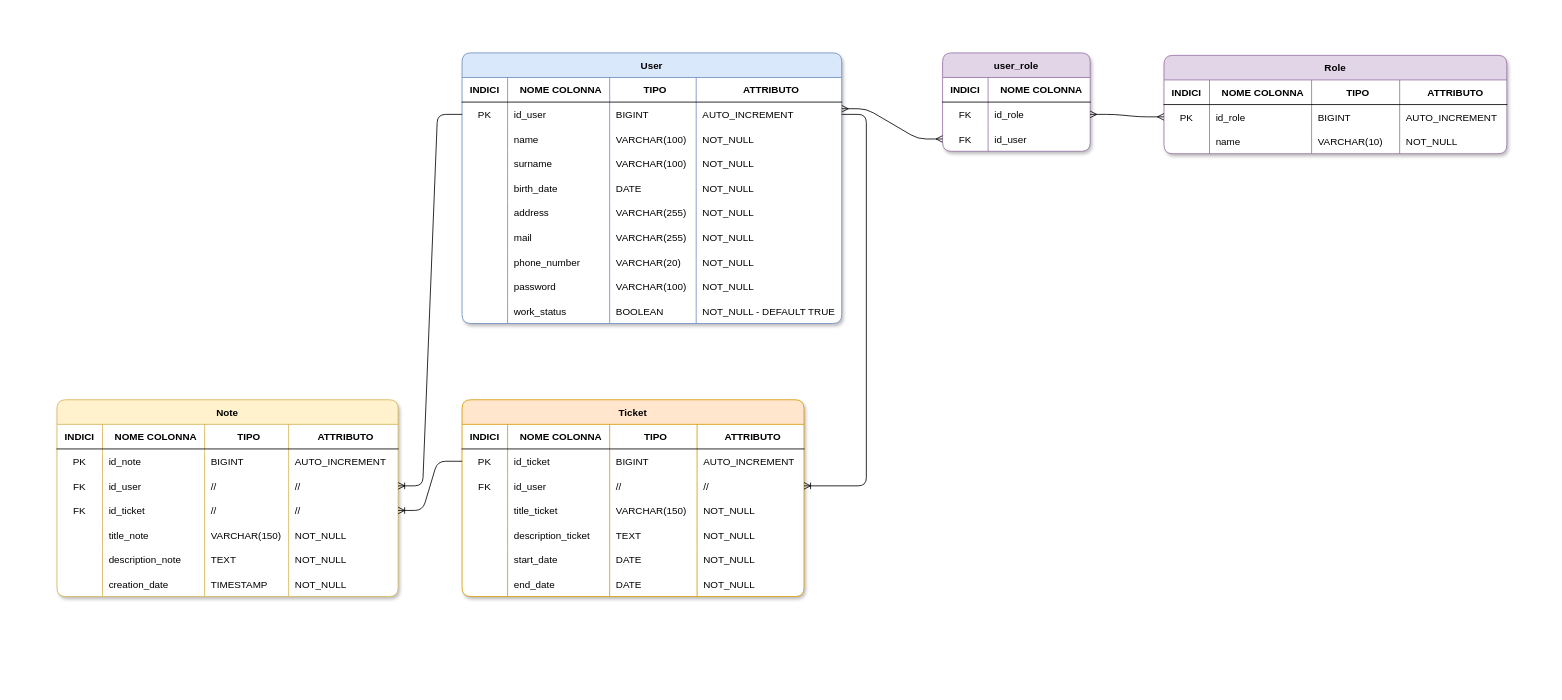
Before: db_myticket/Diagramma_ER.drawio in Helmatron/ticket-platform, a draw.io diagram. Source tidied: cells renumbered, new cells numbered last; positions are measured from the earlier drawing's top-left corner, leaving out a move shared by most shapes. Both pictures are drawn from the tidied source at 82%, with x=0, y=0 at pixel (13, 13).
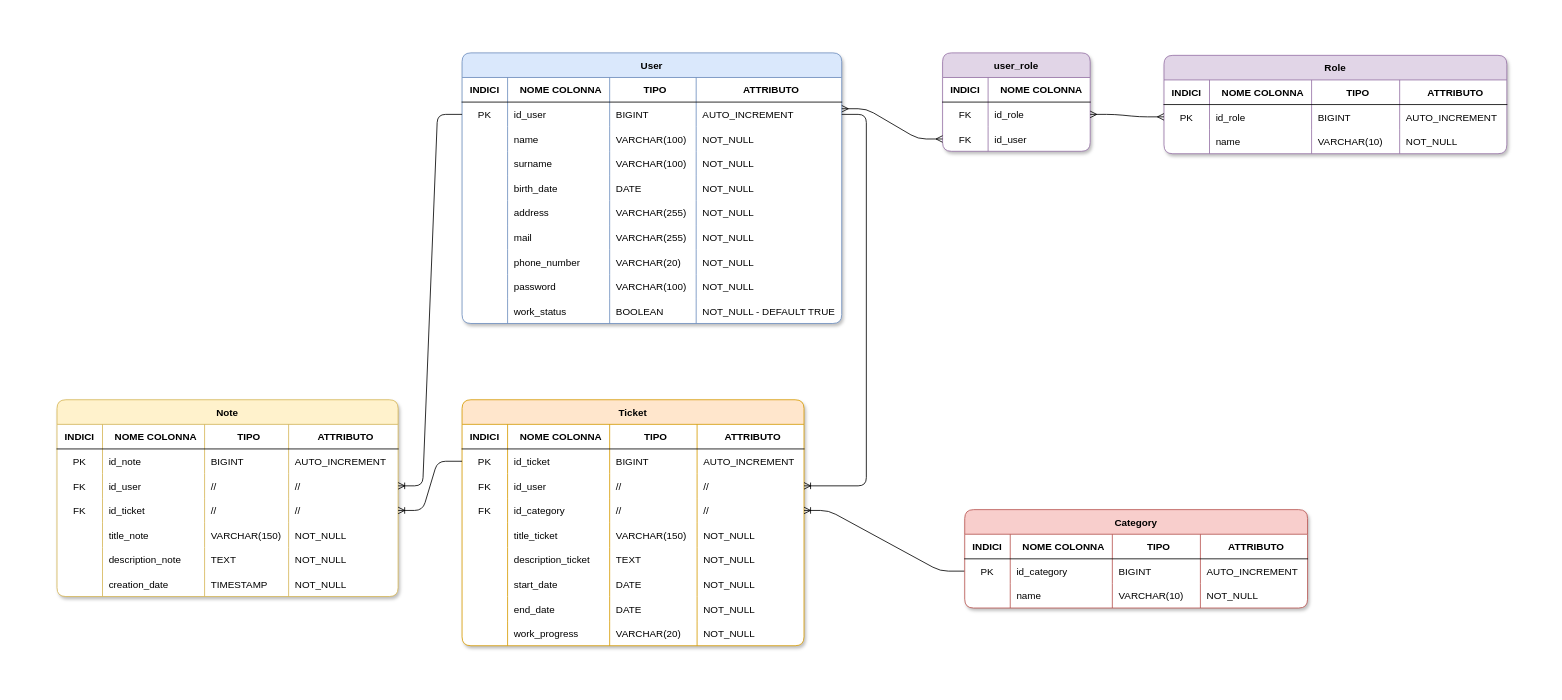
The same page after the edit.

Commit message (it also covers changes not shown here):
fix: diagramma ER con nuova entity

The edit, as a diff of the source:
```diff
@@
     <mxCell id="2" style="rounded=0;whiteSpace=wrap;html=1;strokeColor=none;" parent="1" vertex="1">
-      <mxGeometry width="1872" height="767" as="geometry" />
+      <mxGeometry width="1872" height="821" as="geometry" />
     </mxCell>
@@
     <mxCell id="70" value="Ticket" style="shape=table;startSize=30;childLayout=tableLayout;rowLines=0;fontStyle=1;align=center;swimlaneFillColor=default;rounded=1;swimlaneLine=1;shadow=1;fillColor=#ffe6cc;arcSize=12;strokeColor=#d79b00;" parent="1" vertex="1">
-      <mxGeometry x="547" y="471" width="417" height="240" as="geometry" />
+      <mxGeometry x="547" y="471" width="417" height="300" as="geometry" />
     </mxCell>
@@
+    <mxCell id="157" style="shape=tableRow;horizontal=0;startSize=0;swimlaneHead=0;swimlaneBody=0;fillColor=none;points=[[0,0.5],[1,0.5]];portConstraint=eastwest;top=0;left=0;right=0;bottom=0;rounded=0;" parent="70" vertex="1">
+      <mxGeometry y="120" width="417" height="30" as="geometry" />
+    </mxCell>
+    <mxCell id="158" value="FK" style="shape=partialRectangle;fillColor=none;top=0;left=0;bottom=0;right=0;overflow=hidden;rounded=0;" parent="157" vertex="1">
+      <mxGeometry width="55.5" height="30" as="geometry" />
+    </mxCell>
+    <mxCell id="159" value="id_category" style="shape=partialRectangle;fillColor=none;top=0;left=0;bottom=0;right=0;align=left;spacingLeft=6;overflow=hidden;rounded=0;" parent="157" vertex="1">
+      <mxGeometry x="55.5" width="124.5" height="30" as="geometry" />
+    </mxCell>
+    <mxCell id="160" value="//" style="shape=partialRectangle;fillColor=none;top=0;left=0;bottom=0;right=0;align=left;spacingLeft=6;overflow=hidden;rounded=0;" parent="157" vertex="1">
+      <mxGeometry x="180" width="106.6" height="30" as="geometry" />
+    </mxCell>
+    <mxCell id="161" value="//" style="shape=partialRectangle;fillColor=none;top=0;left=0;bottom=0;right=0;align=left;spacingLeft=6;overflow=hidden;rounded=0;" parent="157" vertex="1">
+      <mxGeometry x="286.6" width="130.4" height="30" as="geometry" />
+    </mxCell>
     <mxCell id="86" style="shape=tableRow;horizontal=0;startSize=0;swimlaneHead=0;swimlaneBody=0;fillColor=none;top=0;left=0;right=0;bottom=0;rounded=0;" parent="70" vertex="1">
-      <mxGeometry y="120" width="417" height="30" as="geometry" />
+      <mxGeometry y="150" width="417" height="30" as="geometry" />
     </mxCell>
@@
     <mxCell id="91" style="shape=tableRow;horizontal=0;startSize=0;swimlaneHead=0;swimlaneBody=0;fillColor=none;top=0;left=0;right=0;bottom=0;rounded=0;" parent="70" vertex="1">
-      <mxGeometry y="150" width="417" height="30" as="geometry" />
+      <mxGeometry y="180" width="417" height="30" as="geometry" />
     </mxCell>
@@
     <mxCell id="96" style="shape=tableRow;horizontal=0;startSize=0;swimlaneHead=0;swimlaneBody=0;fillColor=none;top=0;left=0;right=0;bottom=0;rounded=0;" parent="70" vertex="1">
-      <mxGeometry y="180" width="417" height="30" as="geometry" />
+      <mxGeometry y="210" width="417" height="30" as="geometry" />
     </mxCell>
@@
     <mxCell id="101" style="shape=tableRow;horizontal=0;startSize=0;swimlaneHead=0;swimlaneBody=0;fillColor=none;top=0;left=0;right=0;bottom=0;rounded=0;" parent="70" vertex="1">
-      <mxGeometry y="210" width="417" height="30" as="geometry" />
+      <mxGeometry y="240" width="417" height="30" as="geometry" />
     </mxCell>
@@
+    <mxCell id="162" style="shape=tableRow;horizontal=0;startSize=0;swimlaneHead=0;swimlaneBody=0;fillColor=none;top=0;left=0;right=0;bottom=0;rounded=0;" parent="70" vertex="1">
+      <mxGeometry y="270" width="417" height="30" as="geometry" />
+    </mxCell>
+    <mxCell id="163" style="shape=partialRectangle;fillColor=none;top=0;left=0;bottom=0;right=0;overflow=hidden;rounded=0;" parent="162" vertex="1">
+      <mxGeometry width="55.5" height="30" as="geometry" />
+    </mxCell>
+    <mxCell id="164" value="work_progress" style="shape=partialRectangle;fillColor=none;top=0;left=0;bottom=0;right=0;align=left;spacingLeft=6;overflow=hidden;rounded=0;" parent="162" vertex="1">
+      <mxGeometry x="55.5" width="124.5" height="30" as="geometry" />
+    </mxCell>
+    <mxCell id="165" value="VARCHAR(20)" style="shape=partialRectangle;fillColor=none;top=0;left=0;bottom=0;right=0;align=left;spacingLeft=6;overflow=hidden;rounded=0;" parent="162" vertex="1">
+      <mxGeometry x="180" width="106.6" height="30" as="geometry" />
+    </mxCell>
+    <mxCell id="166" value="NOT_NULL" style="shape=partialRectangle;fillColor=none;top=0;left=0;bottom=0;right=0;align=left;spacingLeft=6;overflow=hidden;rounded=0;" parent="162" vertex="1">
+      <mxGeometry x="286.6" width="130.4" height="30" as="geometry" />
+    </mxCell>
@@
+    <mxCell id="167" style="edgeStyle=entityRelationEdgeStyle;fontSize=12;html=1;endArrow=ERoneToMany;" parent="1" edge="1" source="174" target="157">
+      <mxGeometry relative="1" as="geometry" />
+    </mxCell>
+    <mxCell id="168" value="Category" style="shape=table;startSize=30;childLayout=tableLayout;rowLines=0;fontStyle=1;align=center;swimlaneFillColor=default;rounded=1;swimlaneLine=1;shadow=1;fillColor=#f8cecc;arcSize=12;strokeColor=#b85450;" parent="1" vertex="1">
+      <mxGeometry x="1160" y="605" width="418.1" height="120" as="geometry" />
+    </mxCell>
+    <mxCell id="169" style="shape=tableRow;horizontal=0;startSize=0;swimlaneHead=0;swimlaneBody=0;fillColor=none;top=0;left=0;right=0;bottom=1;rounded=0;" parent="168" vertex="1">
+      <mxGeometry y="30" width="418.1" height="30" as="geometry" />
+    </mxCell>
+    <mxCell id="170" value="INDICI" style="shape=partialRectangle;fillColor=none;top=0;left=0;bottom=0;right=0;fontStyle=1;overflow=hidden;align=center;rounded=0;" parent="169" vertex="1">
+      <mxGeometry width="55.5" height="30" as="geometry" />
+    </mxCell>
+    <mxCell id="171" value="NOME COLONNA" style="shape=partialRectangle;fillColor=none;top=0;left=0;bottom=0;right=0;align=center;spacingLeft=6;fontStyle=1;overflow=hidden;rounded=0;" parent="169" vertex="1">
+      <mxGeometry x="55.5" width="124.5" height="30" as="geometry" />
+    </mxCell>
+    <mxCell id="172" value="TIPO" style="shape=partialRectangle;fillColor=none;top=0;left=0;bottom=0;right=0;align=center;spacingLeft=6;fontStyle=1;overflow=hidden;rounded=0;" parent="169" vertex="1">
+      <mxGeometry x="180" width="107.4" height="30" as="geometry" />
+    </mxCell>
+    <mxCell id="173" value="ATTRIBUTO" style="shape=partialRectangle;fillColor=none;top=0;left=0;bottom=0;right=0;align=center;spacingLeft=6;fontStyle=1;overflow=hidden;rounded=0;" parent="169" vertex="1">
+      <mxGeometry x="287.4" width="130.7" height="30" as="geometry" />
+    </mxCell>
+    <mxCell id="174" style="shape=tableRow;horizontal=0;startSize=0;swimlaneHead=0;swimlaneBody=0;fillColor=none;points=[[0,0.5],[1,0.5]];portConstraint=eastwest;top=0;left=0;right=0;bottom=0;rounded=0;" parent="168" vertex="1">
+      <mxGeometry y="60" width="418.1" height="30" as="geometry" />
+    </mxCell>
+    <mxCell id="175" value="PK" style="shape=partialRectangle;fillColor=none;top=0;left=0;bottom=0;right=0;overflow=hidden;rounded=0;" parent="174" vertex="1">
+      <mxGeometry width="55.5" height="30" as="geometry" />
+    </mxCell>
+    <mxCell id="176" value="id_category" style="shape=partialRectangle;fillColor=none;top=0;left=0;bottom=0;right=0;align=left;spacingLeft=6;overflow=hidden;rounded=0;" parent="174" vertex="1">
+      <mxGeometry x="55.5" width="124.5" height="30" as="geometry" />
+    </mxCell>
+    <mxCell id="177" value="BIGINT" style="shape=partialRectangle;fillColor=none;top=0;left=0;bottom=0;right=0;align=left;spacingLeft=6;overflow=hidden;rounded=0;" parent="174" vertex="1">
+      <mxGeometry x="180" width="107.4" height="30" as="geometry" />
+    </mxCell>
+    <mxCell id="178" value="AUTO_INCREMENT" style="shape=partialRectangle;fillColor=none;top=0;left=0;bottom=0;right=0;align=left;spacingLeft=6;overflow=hidden;rounded=0;" parent="174" vertex="1">
+      <mxGeometry x="287.4" width="130.7" height="30" as="geometry" />
+    </mxCell>
+    <mxCell id="179" style="shape=tableRow;horizontal=0;startSize=0;swimlaneHead=0;swimlaneBody=0;fillColor=none;top=0;left=0;right=0;bottom=0;rounded=0;" parent="168" vertex="1">
+      <mxGeometry y="90" width="418.1" height="30" as="geometry" />
+    </mxCell>
+    <mxCell id="180" style="shape=partialRectangle;fillColor=none;top=0;left=0;bottom=0;right=0;overflow=hidden;rounded=0;" parent="179" vertex="1">
+      <mxGeometry width="55.5" height="30" as="geometry" />
+    </mxCell>
+    <mxCell id="181" value="name" style="shape=partialRectangle;fillColor=none;top=0;left=0;bottom=0;right=0;align=left;spacingLeft=6;overflow=hidden;rounded=0;" parent="179" vertex="1">
+      <mxGeometry x="55.5" width="124.5" height="30" as="geometry" />
+    </mxCell>
+    <mxCell id="182" value="VARCHAR(10)" style="shape=partialRectangle;fillColor=none;top=0;left=0;bottom=0;right=0;align=left;spacingLeft=6;overflow=hidden;rounded=0;" parent="179" vertex="1">
+      <mxGeometry x="180" width="107.4" height="30" as="geometry" />
+    </mxCell>
+    <mxCell id="183" value="NOT_NULL" style="shape=partialRectangle;fillColor=none;top=0;left=0;bottom=0;right=0;align=left;spacingLeft=6;overflow=hidden;rounded=0;" parent="179" vertex="1">
+      <mxGeometry x="287.4" width="130.7" height="30" as="geometry" />
+    </mxCell>
```
